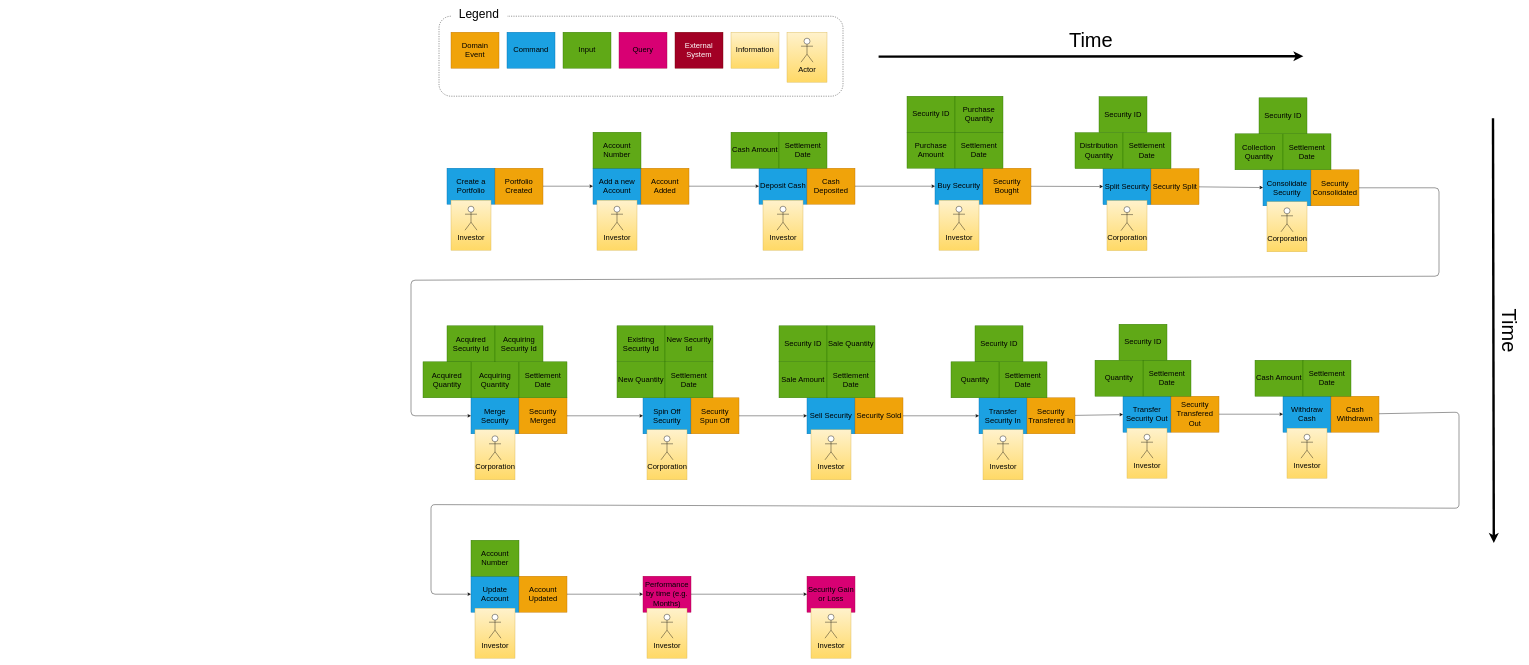
Above: doc/Event Storm.drawio in aleichter/financial-portfolio (draw.io), before the change. Source tidied: cells renumbered, new cells numbered last; positions are measured from the earlier drawing's top-left corner, leaving out a move shared by most shapes. Both pictures are drawn from the tidied source at 40%, with x=0, y=0 at pixel (411, 8).
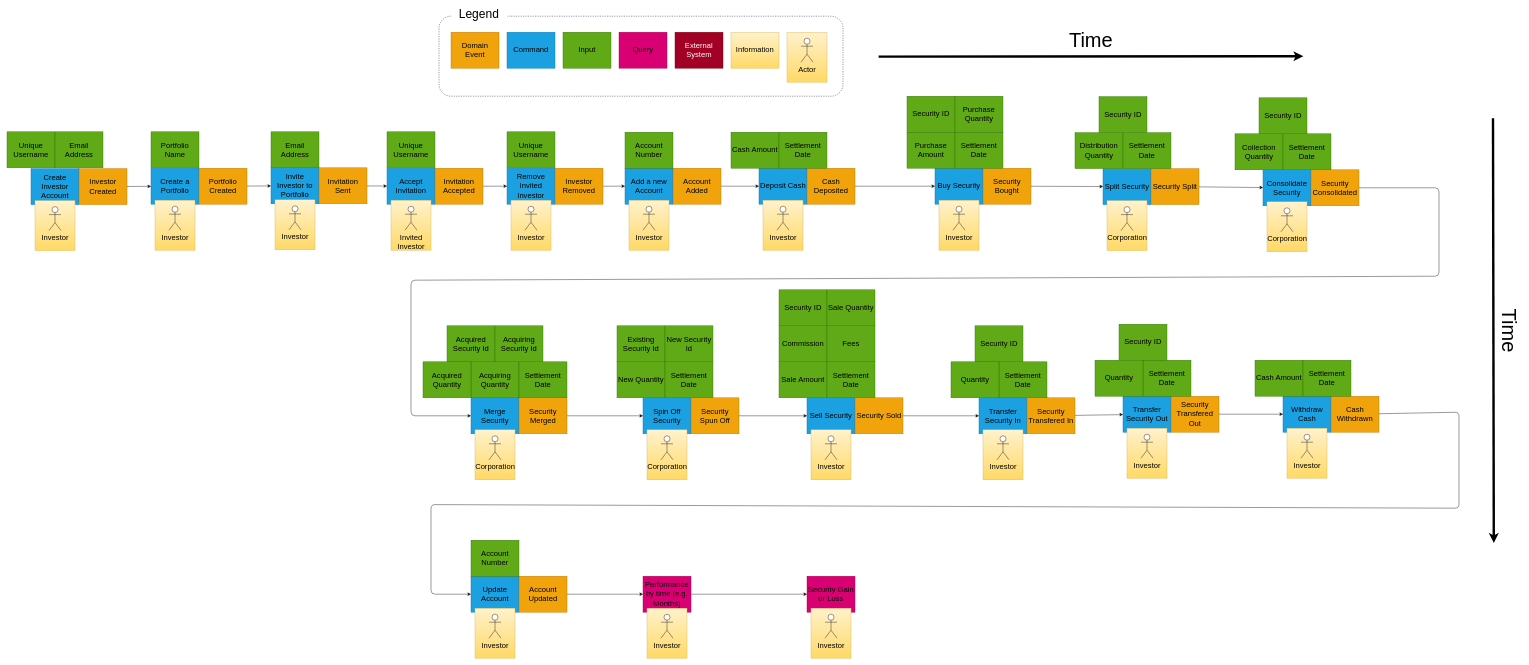
Above is the later version.

The edit, as a diff of the source:
```diff
@@
     <mxCell id="2" value="Create a Portfolio" style="rounded=0;whiteSpace=wrap;html=1;fillColor=#1ba1e2;strokeColor=#006EAF;fontSize=19;" parent="1" vertex="1">
-      <mxGeometry x="90" y="400" width="120" height="90" as="geometry" />
+      <mxGeometry x="-650" y="400" width="120" height="90" as="geometry" />
     </mxCell>
@@
     <mxCell id="15" style="group;" parent="1" vertex="1">
-      <mxGeometry x="100" y="480" width="100" height="125" as="geometry" />
+      <mxGeometry x="-640" y="480" width="100" height="125" as="geometry" />
     </mxCell>
@@
     <mxCell id="19" value="Portfolio Created" style="rounded=0;whiteSpace=wrap;html=1;fillColor=#f0a30a;strokeColor=#BD7000;fontSize=19;" parent="1" vertex="1">
-      <mxGeometry x="210" y="400" width="120" height="90" as="geometry" />
+      <mxGeometry x="-530" y="400" width="120" height="90" as="geometry" />
     </mxCell>
     <mxCell id="20" value="Add a new Account" style="rounded=0;whiteSpace=wrap;html=1;fillColor=#1ba1e2;strokeColor=#006EAF;fontSize=19;" parent="1" vertex="1">
-      <mxGeometry x="455" y="400" width="120" height="90" as="geometry" />
+      <mxGeometry x="535" y="400" width="120" height="90" as="geometry" />
     </mxCell>
     <mxCell id="21" value="Account Added" style="rounded=0;whiteSpace=wrap;html=1;fillColor=#f0a30a;strokeColor=#BD7000;fontSize=19;" parent="1" vertex="1">
-      <mxGeometry x="575" y="400" width="120" height="90" as="geometry" />
+      <mxGeometry x="655" y="400" width="120" height="90" as="geometry" />
     </mxCell>
     <mxCell id="22" value="Account Number" style="rounded=0;whiteSpace=wrap;html=1;fillColor=#60a917;strokeColor=#2D7600;fontSize=19;" parent="1" vertex="1">
-      <mxGeometry x="455" y="310" width="120" height="90" as="geometry" />
+      <mxGeometry x="535" y="310" width="120" height="90" as="geometry" />
     </mxCell>
     <mxCell id="23" style="group;" parent="1" vertex="1">
-      <mxGeometry x="465" y="480" width="100" height="125" as="geometry" />
+      <mxGeometry x="545" y="480" width="100" height="125" as="geometry" />
     </mxCell>
@@
-    <mxCell id="27" style="endArrow=classic;html=1;" parent="1" edge="1" source="19" target="20">
+    <mxCell id="27" style="endArrow=classic;html=1;" parent="1" edge="1" source="19" target="164">
       <mxGeometry relative="1" as="geometry" />
     </mxCell>
@@
-    <mxCell id="101" value="Security ID" style="rounded=0;whiteSpace=wrap;html=1;fillColor=#60a917;strokeColor=#2D7600;fontSize=19;" parent="1" vertex="1">
+    <mxCell id="101" value="Commission" style="rounded=0;whiteSpace=wrap;html=1;fillColor=#60a917;strokeColor=#2D7600;fontSize=19;" parent="1" vertex="1">
       <mxGeometry x="920" y="794" width="120" height="90" as="geometry" />
     </mxCell>
-    <mxCell id="102" value="Sale Quantity" style="rounded=0;whiteSpace=wrap;html=1;fillColor=#60a917;strokeColor=#2D7600;fontSize=19;" parent="1" vertex="1">
+    <mxCell id="102" value="Fees" style="rounded=0;whiteSpace=wrap;html=1;fillColor=#60a917;strokeColor=#2D7600;fontSize=19;" parent="1" vertex="1">
       <mxGeometry x="1040" y="794" width="120" height="90" as="geometry" />
     </mxCell>
@@
+    <mxCell id="157" value="Create Investor Account" style="rounded=0;whiteSpace=wrap;html=1;fillColor=#1ba1e2;strokeColor=#006EAF;fontSize=19;" parent="1" vertex="1">
+      <mxGeometry x="-950" y="401" width="120" height="90" as="geometry" />
+    </mxCell>
+    <mxCell id="158" style="group;" parent="1" vertex="1">
+      <mxGeometry x="-940" y="481" width="100" height="125" as="geometry" />
+    </mxCell>
+    <mxCell id="159" style="group;" parent="158" vertex="1">
+      <mxGeometry width="100" height="125" as="geometry" />
+    </mxCell>
+    <mxCell id="160" style="rounded=0;whiteSpace=wrap;html=1;fillColor=#fff2cc;strokeColor=#d6b656;fontSize=19;gradientColor=#ffd966;" parent="159" vertex="1">
+      <mxGeometry width="100" height="125" as="geometry" />
+    </mxCell>
+    <mxCell id="161" value="Investor" style="shape=umlActor;verticalLabelPosition=bottom;verticalAlign=top;html=1;fontSize=19;" parent="159" vertex="1">
+      <mxGeometry x="35" y="15" width="30" height="60" as="geometry" />
+    </mxCell>
+    <mxCell id="162" value="Investor Created" style="rounded=0;whiteSpace=wrap;html=1;fillColor=#f0a30a;strokeColor=#BD7000;fontSize=19;" parent="1" vertex="1">
+      <mxGeometry x="-830" y="401" width="120" height="90" as="geometry" />
+    </mxCell>
+    <mxCell id="163" style="endArrow=classic;html=1;" parent="1" edge="1" source="162" target="2">
+      <mxGeometry relative="1" as="geometry" />
+    </mxCell>
+    <mxCell id="164" value="Invite Investor to Portfolio" style="rounded=0;whiteSpace=wrap;html=1;fillColor=#1ba1e2;strokeColor=#006EAF;fontSize=19;" parent="1" vertex="1">
+      <mxGeometry x="-350" y="399" width="120" height="90" as="geometry" />
+    </mxCell>
+    <mxCell id="165" style="group;" parent="1" vertex="1">
+      <mxGeometry x="-340" y="479" width="100" height="125" as="geometry" />
+    </mxCell>
+    <mxCell id="166" style="group;" parent="165" vertex="1">
+      <mxGeometry width="100" height="125" as="geometry" />
+    </mxCell>
+    <mxCell id="167" style="rounded=0;whiteSpace=wrap;html=1;fillColor=#fff2cc;strokeColor=#d6b656;fontSize=19;gradientColor=#ffd966;" parent="166" vertex="1">
+      <mxGeometry width="100" height="125" as="geometry" />
+    </mxCell>
+    <mxCell id="168" value="Investor" style="shape=umlActor;verticalLabelPosition=bottom;verticalAlign=top;html=1;fontSize=19;" parent="166" vertex="1">
+      <mxGeometry x="35" y="15" width="30" height="60" as="geometry" />
+    </mxCell>
+    <mxCell id="169" value="Invitation Sent" style="rounded=0;whiteSpace=wrap;html=1;fillColor=#f0a30a;strokeColor=#BD7000;fontSize=19;" parent="1" vertex="1">
+      <mxGeometry x="-230" y="399" width="120" height="90" as="geometry" />
+    </mxCell>
+    <mxCell id="170" style="endArrow=classic;html=1;" parent="1" edge="1" source="169" target="171">
+      <mxGeometry relative="1" as="geometry" />
+    </mxCell>
+    <mxCell id="171" value="Accept Invitation" style="rounded=0;whiteSpace=wrap;html=1;fillColor=#1ba1e2;strokeColor=#006EAF;fontSize=19;" parent="1" vertex="1">
+      <mxGeometry x="-60" y="400" width="120" height="90" as="geometry" />
+    </mxCell>
+    <mxCell id="172" style="group;" parent="1" vertex="1">
+      <mxGeometry x="-50" y="480" width="100" height="125" as="geometry" />
+    </mxCell>
+    <mxCell id="173" style="group;" parent="172" vertex="1">
+      <mxGeometry width="100" height="125" as="geometry" />
+    </mxCell>
+    <mxCell id="174" style="rounded=0;whiteSpace=wrap;html=1;fillColor=#fff2cc;strokeColor=#d6b656;fontSize=19;gradientColor=#ffd966;" parent="173" vertex="1">
+      <mxGeometry width="100" height="125" as="geometry" />
+    </mxCell>
+    <mxCell id="175" value="Invited&lt;br&gt;Investor" style="shape=umlActor;verticalLabelPosition=bottom;verticalAlign=top;html=1;fontSize=19;" parent="173" vertex="1">
+      <mxGeometry x="35" y="15" width="30" height="60" as="geometry" />
+    </mxCell>
+    <mxCell id="176" style="edgeStyle=orthogonalEdgeStyle;rounded=0;jettySize=auto;html=1;" parent="1" edge="1" source="177" target="178">
+      <mxGeometry relative="1" as="geometry" />
+    </mxCell>
+    <mxCell id="177" value="Invitation Accepted" style="rounded=0;whiteSpace=wrap;html=1;fillColor=#f0a30a;strokeColor=#BD7000;fontSize=19;" parent="1" vertex="1">
+      <mxGeometry x="60" y="400" width="120" height="90" as="geometry" />
+    </mxCell>
+    <mxCell id="178" value="Remove Invited Investor" style="rounded=0;whiteSpace=wrap;html=1;fillColor=#1ba1e2;strokeColor=#006EAF;fontSize=19;" parent="1" vertex="1">
+      <mxGeometry x="240" y="400" width="120" height="90" as="geometry" />
+    </mxCell>
+    <mxCell id="179" style="group;" parent="1" vertex="1">
+      <mxGeometry x="250" y="480" width="100" height="125" as="geometry" />
+    </mxCell>
+    <mxCell id="180" style="group;" parent="179" vertex="1">
+      <mxGeometry width="100" height="125" as="geometry" />
+    </mxCell>
+    <mxCell id="181" style="rounded=0;whiteSpace=wrap;html=1;fillColor=#fff2cc;strokeColor=#d6b656;fontSize=19;gradientColor=#ffd966;" parent="180" vertex="1">
+      <mxGeometry width="100" height="125" as="geometry" />
+    </mxCell>
+    <mxCell id="182" value="Investor" style="shape=umlActor;verticalLabelPosition=bottom;verticalAlign=top;html=1;fontSize=19;" parent="180" vertex="1">
+      <mxGeometry x="35" y="15" width="30" height="60" as="geometry" />
+    </mxCell>
+    <mxCell id="183" style="edgeStyle=orthogonalEdgeStyle;rounded=0;jettySize=auto;html=1;" parent="1" edge="1" source="184" target="20">
+      <mxGeometry relative="1" as="geometry" />
+    </mxCell>
+    <mxCell id="184" value="Investor Removed" style="rounded=0;whiteSpace=wrap;html=1;fillColor=#f0a30a;strokeColor=#BD7000;fontSize=19;" parent="1" vertex="1">
+      <mxGeometry x="360" y="400" width="120" height="90" as="geometry" />
+    </mxCell>
+    <mxCell id="185" value="Unique Username" style="rounded=0;whiteSpace=wrap;html=1;fillColor=#60a917;strokeColor=#2D7600;fontSize=19;" parent="1" vertex="1">
+      <mxGeometry x="-1010" y="309" width="120" height="90" as="geometry" />
+    </mxCell>
+    <mxCell id="186" value="Email Address" style="rounded=0;whiteSpace=wrap;html=1;fillColor=#60a917;strokeColor=#2D7600;fontSize=19;" parent="1" vertex="1">
+      <mxGeometry x="-890" y="309" width="120" height="90" as="geometry" />
+    </mxCell>
+    <mxCell id="187" value="Email Address" style="rounded=0;whiteSpace=wrap;html=1;fillColor=#60a917;strokeColor=#2D7600;fontSize=19;" parent="1" vertex="1">
+      <mxGeometry x="-350" y="309" width="120" height="90" as="geometry" />
+    </mxCell>
+    <mxCell id="188" value="Unique Username" style="rounded=0;whiteSpace=wrap;html=1;fillColor=#60a917;strokeColor=#2D7600;fontSize=19;" parent="1" vertex="1">
+      <mxGeometry x="-60" y="309" width="120" height="90" as="geometry" />
+    </mxCell>
+    <mxCell id="189" value="Unique Username" style="rounded=0;whiteSpace=wrap;html=1;fillColor=#60a917;strokeColor=#2D7600;fontSize=19;" parent="1" vertex="1">
+      <mxGeometry x="240" y="309" width="120" height="90" as="geometry" />
+    </mxCell>
+    <mxCell id="190" value="Portfolio Name" style="rounded=0;whiteSpace=wrap;html=1;fillColor=#60a917;strokeColor=#2D7600;fontSize=19;" parent="1" vertex="1">
+      <mxGeometry x="-650" y="309" width="120" height="90" as="geometry" />
+    </mxCell>
+    <mxCell id="191" value="Security ID" style="rounded=0;whiteSpace=wrap;html=1;fillColor=#60a917;strokeColor=#2D7600;fontSize=19;" parent="1" vertex="1">
+      <mxGeometry x="920" y="704" width="120" height="90" as="geometry" />
+    </mxCell>
+    <mxCell id="192" value="Sale Quantity" style="rounded=0;whiteSpace=wrap;html=1;fillColor=#60a917;strokeColor=#2D7600;fontSize=19;" parent="1" vertex="1">
+      <mxGeometry x="1040" y="704" width="120" height="90" as="geometry" />
+    </mxCell>
```
